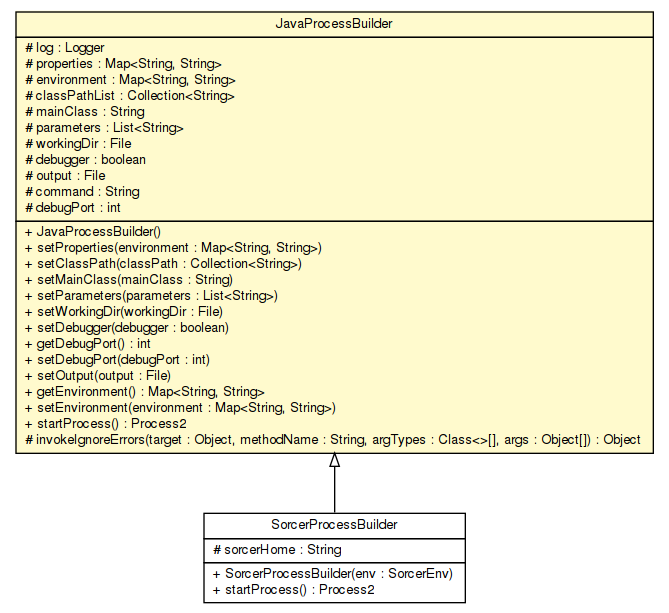
sorcersoft/sorcersoft.github.io keeps this Graphviz diagram as apidocs/sorcer/launcher/JavaProcessBuilder.png. Above is the earlier version. Its source is kept beside it as apidocs/sorcer/launcher/JavaProcessBuilder.dot.
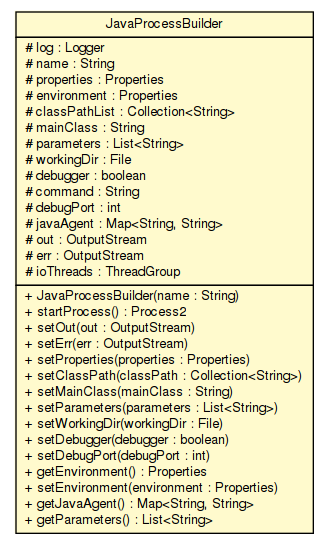
Later version of the same file.

Change to the diagram source:
```diff
@@ -4,51 +4,43 @@
 	node [fontname="Helvetica",fontsize=10,shape=plaintext];
 	nodesep=0.25;
 	ranksep=0.5;
-	c182573 [label=<<table title="sorcer.launcher.JavaProcessBuilder" border="0" cellborder="1" cellspacing="0" cellpadding="2" port="p" bgcolor="lemonChiffon" href="./JavaProcessBuilder.html">
+	c256465 [label=<<table title="sorcer.launcher.JavaProcessBuilder" border="0" cellborder="1" cellspacing="0" cellpadding="2" port="p" bgcolor="lemonChiffon" href="./JavaProcessBuilder.html">
 		<tr><td><table border="0" cellspacing="0" cellpadding="1">
 <tr><td align="center" balign="center"> JavaProcessBuilder </td></tr>
 		</table></td></tr>
 		<tr><td><table border="0" cellspacing="0" cellpadding="1">
 <tr><td align="left" balign="left"> # log : Logger </td></tr>
-<tr><td align="left" balign="left"> # properties : Map&lt;String, String&gt; </td></tr>
-<tr><td align="left" balign="left"> # environment : Map&lt;String, String&gt; </td></tr>
+<tr><td align="left" balign="left"> # name : String </td></tr>
+<tr><td align="left" balign="left"> # properties : Properties </td></tr>
+<tr><td align="left" balign="left"> # environment : Properties </td></tr>
 <tr><td align="left" balign="left"> # classPathList : Collection&lt;String&gt; </td></tr>
 <tr><td align="left" balign="left"> # mainClass : String </td></tr>
 <tr><td align="left" balign="left"> # parameters : List&lt;String&gt; </td></tr>
 <tr><td align="left" balign="left"> # workingDir : File </td></tr>
 <tr><td align="left" balign="left"> # debugger : boolean </td></tr>
-<tr><td align="left" balign="left"> # output : File </td></tr>
 <tr><td align="left" balign="left"> # command : String </td></tr>
 <tr><td align="left" balign="left"> # debugPort : int </td></tr>
+<tr><td align="left" balign="left"> # javaAgent : Map&lt;String, String&gt; </td></tr>
+<tr><td align="left" balign="left"> # out : OutputStream </td></tr>
+<tr><td align="left" balign="left"> # err : OutputStream </td></tr>
+<tr><td align="left" balign="left"> # ioThreads : ThreadGroup </td></tr>
 		</table></td></tr>
 		<tr><td><table border="0" cellspacing="0" cellpadding="1">
-<tr><td align="left" balign="left"> + JavaProcessBuilder() </td></tr>
-<tr><td align="left" balign="left"> + setProperties(environment : Map&lt;String, String&gt;) </td></tr>
+<tr><td align="left" balign="left"> + JavaProcessBuilder(name : String) </td></tr>
+<tr><td align="left" balign="left"> + startProcess() : Process2 </td></tr>
+<tr><td align="left" balign="left"> + setOut(out : OutputStream) </td></tr>
+<tr><td align="left" balign="left"> + setErr(err : OutputStream) </td></tr>
+<tr><td align="left" balign="left"> + setProperties(properties : Properties) </td></tr>
 <tr><td align="left" balign="left"> + setClassPath(classPath : Collection&lt;String&gt;) </td></tr>
 <tr><td align="left" balign="left"> + setMainClass(mainClass : String) </td></tr>
 <tr><td align="left" balign="left"> + setParameters(parameters : List&lt;String&gt;) </td></tr>
 <tr><td align="left" balign="left"> + setWorkingDir(workingDir : File) </td></tr>
 <tr><td align="left" balign="left"> + setDebugger(debugger : boolean) </td></tr>
-<tr><td align="left" balign="left"> + getDebugPort() : int </td></tr>
 <tr><td align="left" balign="left"> + setDebugPort(debugPort : int) </td></tr>
-<tr><td align="left" balign="left"> + setOutput(output : File) </td></tr>
-<tr><td align="left" balign="left"> + getEnvironment() : Map&lt;String, String&gt; </td></tr>
-<tr><td align="left" balign="left"> + setEnvironment(environment : Map&lt;String, String&gt;) </td></tr>
-<tr><td align="left" balign="left"> + startProcess() : Process2 </td></tr>
-<tr><td align="left" balign="left"> # invokeIgnoreErrors(target : Object, methodName : String, argTypes : Class&lt;&gt;[], args : Object[]) : Object </td></tr>
+<tr><td align="left" balign="left"> + getEnvironment() : Properties </td></tr>
+<tr><td align="left" balign="left"> + setEnvironment(environment : Properties) </td></tr>
+<tr><td align="left" balign="left"> + getJavaAgent() : Map&lt;String, String&gt; </td></tr>
+<tr><td align="left" balign="left"> + getParameters() : List&lt;String&gt; </td></tr>
 		</table></td></tr>
 		</table>>, URL="./JavaProcessBuilder.html", fontname="Helvetica", fontcolor="black", fontsize=10.0];
-	c182574 [label=<<table title="sorcer.launcher.SorcerProcessBuilder" border="0" cellborder="1" cellspacing="0" cellpadding="2" port="p" href="./SorcerProcessBuilder.html">
-		<tr><td><table border="0" cellspacing="0" cellpadding="1">
-<tr><td align="center" balign="center"> SorcerProcessBuilder </td></tr>
-		</table></td></tr>
-		<tr><td><table border="0" cellspacing="0" cellpadding="1">
-<tr><td align="left" balign="left"> # sorcerHome : String </td></tr>
-		</table></td></tr>
-		<tr><td><table border="0" cellspacing="0" cellpadding="1">
-<tr><td align="left" balign="left"> + SorcerProcessBuilder(env : SorcerEnv) </td></tr>
-<tr><td align="left" balign="left"> + startProcess() : Process2 </td></tr>
-		</table></td></tr>
-		</table>>, URL="./SorcerProcessBuilder.html", fontname="Helvetica", fontcolor="black", fontsize=10.0];
-	c182573:p -> c182574:p [dir=back,arrowtail=empty];
 }
```
